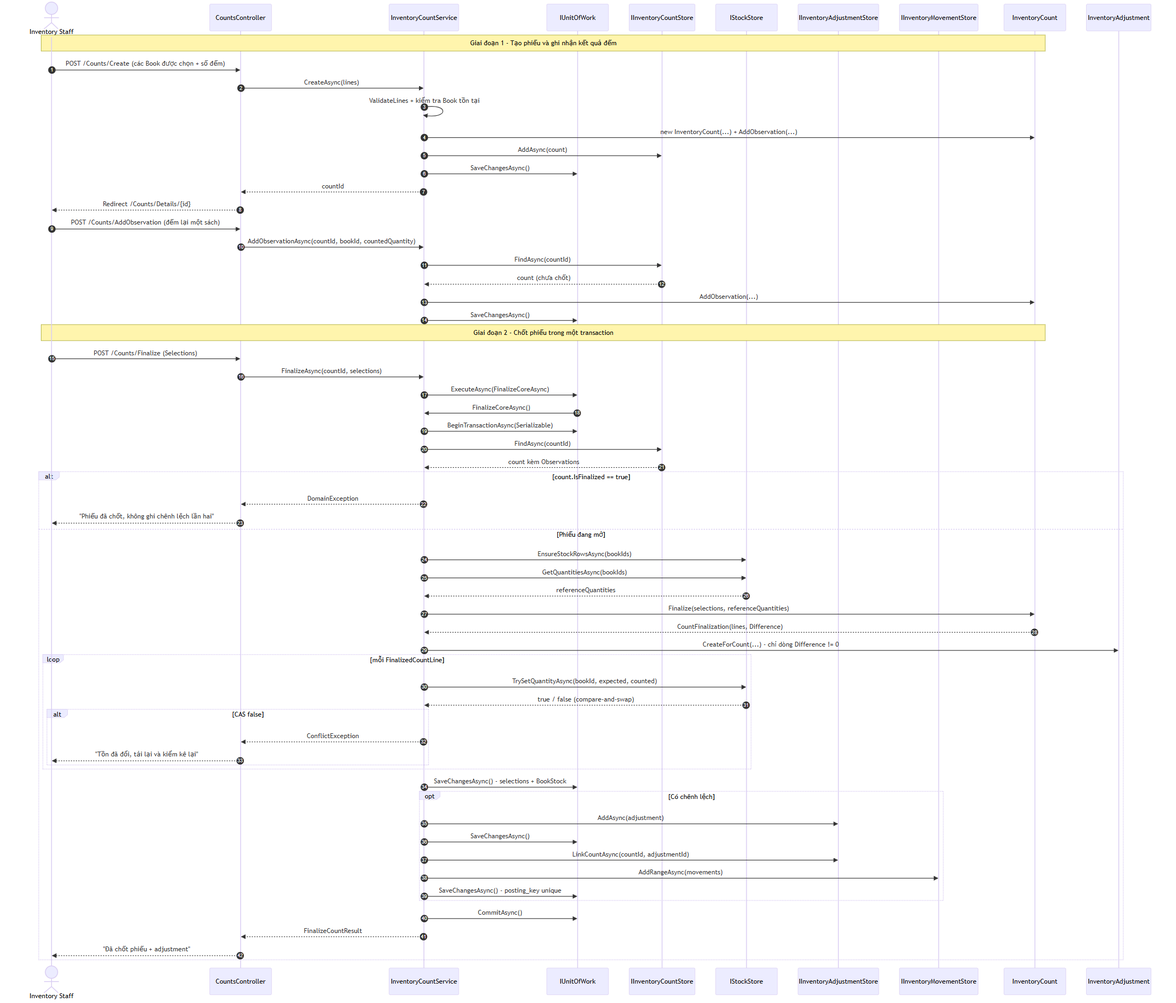
Above: docs/diagrams/kiet-sequence-uc07.png in swd392-group-1/swd392-sales-management-system (Mermaid), before the change. Its source is kept beside it as docs/diagrams/kiet-sequence-uc07.mmd. Source of this version:
```mermaid
sequenceDiagram
    autonumber
    actor Staff as Inventory Staff
    participant C as CountsController
    participant S as InventoryCountService
    participant U as IUnitOfWork
    participant CS as IInventoryCountStore
    participant ST as IStockStore
    participant AS as IInventoryAdjustmentStore
    participant MS as IInventoryMovementStore
    participant Count as InventoryCount
    participant Adj as InventoryAdjustment

    Note over Staff,Count: Giai đoạn 1 - Tạo phiếu và ghi nhận kết quả đếm
    Staff->>C: POST /Counts/Create (các Book được chọn + số đếm)
    C->>S: CreateAsync(lines)
    S->>S: ValidateLines + kiểm tra Book tồn tại
    S->>Count: new InventoryCount(...) + AddObservation(...)
    S->>CS: AddAsync(count)
    S->>U: SaveChangesAsync()
    S-->>C: countId
    C-->>Staff: Redirect /Counts/Details/{id}

    Staff->>C: POST /Counts/AddObservation (đếm lại một sách)
    C->>S: AddObservationAsync(countId, bookId, countedQuantity)
    S->>CS: FindAsync(countId)
    CS-->>S: count (chưa chốt)
    S->>Count: AddObservation(...)
    S->>U: SaveChangesAsync()

    Note over Staff,Count: Giai đoạn 2 - Chốt phiếu trong một transaction
    Staff->>C: POST /Counts/Finalize (Selections)
    C->>S: FinalizeAsync(countId, selections)
    S->>U: ExecuteAsync(FinalizeCoreAsync)
    U->>S: FinalizeCoreAsync()
    S->>U: BeginTransactionAsync(Serializable)
    S->>CS: FindAsync(countId)
    CS-->>S: count kèm Observations

    alt count.IsFinalized == true
        S-->>C: DomainException
        C-->>Staff: "Phiếu đã chốt, không ghi chênh lệch lần hai"
    else Phiếu đang mở
        S->>ST: EnsureStockRowsAsync(bookIds)
        S->>ST: GetQuantitiesAsync(bookIds)
        ST-->>S: referenceQuantities
        S->>Count: Finalize(selections, referenceQuantities)
        Count-->>S: CountFinalization(lines, Difference)
        S->>Adj: CreateForCount(...) - chỉ dòng Difference != 0

        loop mỗi FinalizedCountLine
            S->>ST: TrySetQuantityAsync(bookId, expected, counted)
            ST-->>S: true / false (compare-and-swap)
            alt CAS false
                S-->>C: ConflictException
                C-->>Staff: "Tồn đã đổi, tải lại và kiểm kê lại"
            end
        end

        S->>U: SaveChangesAsync() - selections + BookStock
        opt Có chênh lệch
            S->>AS: AddAsync(adjustment)
            S->>U: SaveChangesAsync()
            S->>AS: LinkCountAsync(countId, adjustmentId)
            S->>MS: AddRangeAsync(movements)
            S->>U: SaveChangesAsync() - posting_key unique
        end
        S->>U: CommitAsync()
        S-->>C: FinalizeCountResult
        C-->>Staff: "Đã chốt phiếu + adjustment"
    end
```
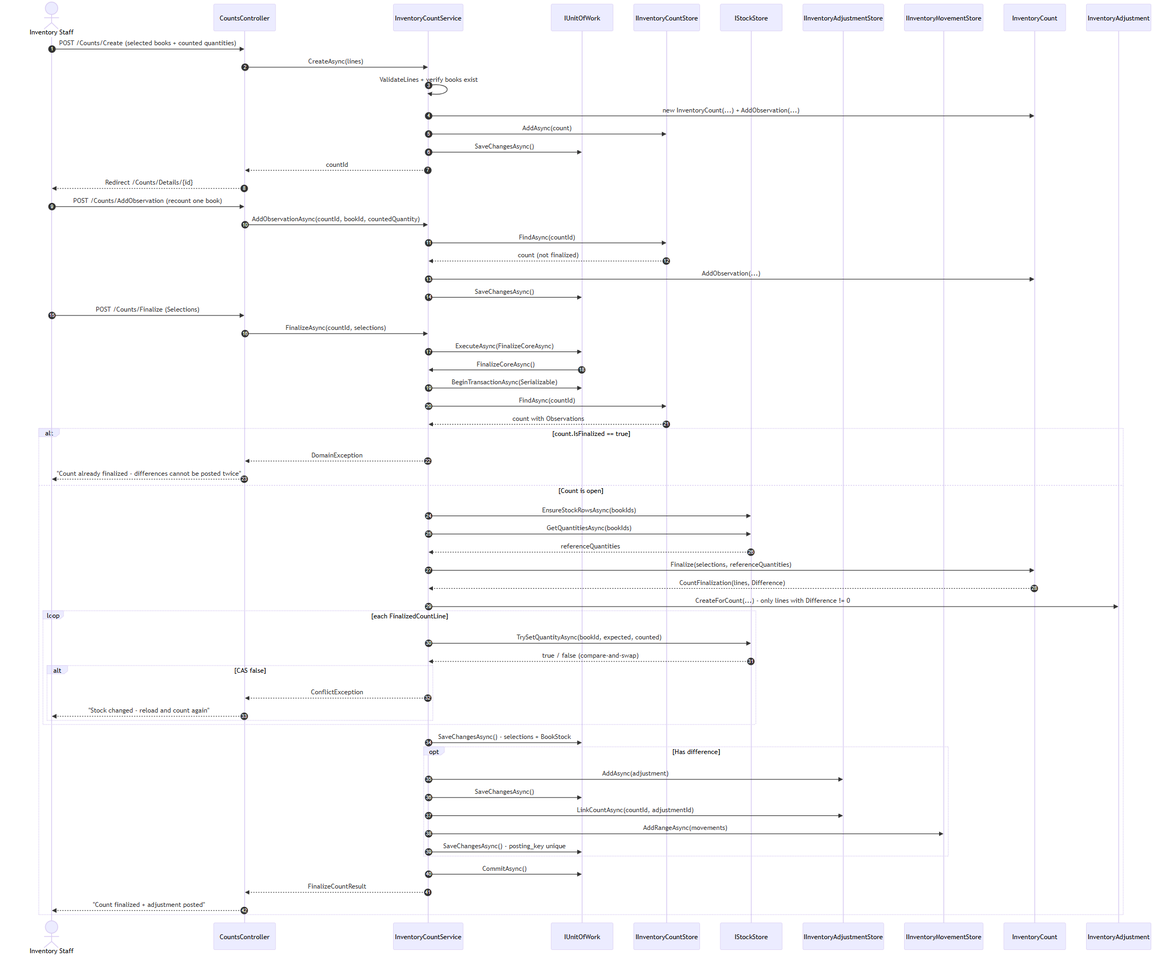
After the commit.

What changed in the source:
```diff
@@ -11,54 +11,52 @@
     participant Count as InventoryCount
     participant Adj as InventoryAdjustment
 
-    Note over Staff,Count: Giai đoạn 1 - Tạo phiếu và ghi nhận kết quả đếm
-    Staff->>C: POST /Counts/Create (các Book được chọn + số đếm)
+    Staff->>C: POST /Counts/Create (selected books + counted quantities)
     C->>S: CreateAsync(lines)
-    S->>S: ValidateLines + kiểm tra Book tồn tại
+    S->>S: ValidateLines + verify books exist
     S->>Count: new InventoryCount(...) + AddObservation(...)
     S->>CS: AddAsync(count)
     S->>U: SaveChangesAsync()
     S-->>C: countId
     C-->>Staff: Redirect /Counts/Details/{id}
 
-    Staff->>C: POST /Counts/AddObservation (đếm lại một sách)
+    Staff->>C: POST /Counts/AddObservation (recount one book)
     C->>S: AddObservationAsync(countId, bookId, countedQuantity)
     S->>CS: FindAsync(countId)
-    CS-->>S: count (chưa chốt)
+    CS-->>S: count (not finalized)
     S->>Count: AddObservation(...)
     S->>U: SaveChangesAsync()
 
-    Note over Staff,Count: Giai đoạn 2 - Chốt phiếu trong một transaction
     Staff->>C: POST /Counts/Finalize (Selections)
     C->>S: FinalizeAsync(countId, selections)
     S->>U: ExecuteAsync(FinalizeCoreAsync)
     U->>S: FinalizeCoreAsync()
     S->>U: BeginTransactionAsync(Serializable)
     S->>CS: FindAsync(countId)
-    CS-->>S: count kèm Observations
+    CS-->>S: count with Observations
 
     alt count.IsFinalized == true
         S-->>C: DomainException
-        C-->>Staff: "Phiếu đã chốt, không ghi chênh lệch lần hai"
-    else Phiếu đang mở
+        C-->>Staff: "Count already finalized - differences cannot be posted twice"
+    else Count is open
         S->>ST: EnsureStockRowsAsync(bookIds)
         S->>ST: GetQuantitiesAsync(bookIds)
         ST-->>S: referenceQuantities
         S->>Count: Finalize(selections, referenceQuantities)
         Count-->>S: CountFinalization(lines, Difference)
-        S->>Adj: CreateForCount(...) - chỉ dòng Difference != 0
+        S->>Adj: CreateForCount(...) - only lines with Difference != 0
 
-        loop mỗi FinalizedCountLine
+        loop each FinalizedCountLine
             S->>ST: TrySetQuantityAsync(bookId, expected, counted)
             ST-->>S: true / false (compare-and-swap)
             alt CAS false
                 S-->>C: ConflictException
-                C-->>Staff: "Tồn đã đổi, tải lại và kiểm kê lại"
+                C-->>Staff: "Stock changed - reload and count again"
             end
         end
 
         S->>U: SaveChangesAsync() - selections + BookStock
-        opt Có chênh lệch
+        opt Has difference
             S->>AS: AddAsync(adjustment)
             S->>U: SaveChangesAsync()
             S->>AS: LinkCountAsync(countId, adjustmentId)
@@ -67,5 +65,5 @@
         end
         S->>U: CommitAsync()
         S-->>C: FinalizeCountResult
-        C-->>Staff: "Đã chốt phiếu + adjustment"
+        C-->>Staff: "Count finalized + adjustment posted"
     end
```
